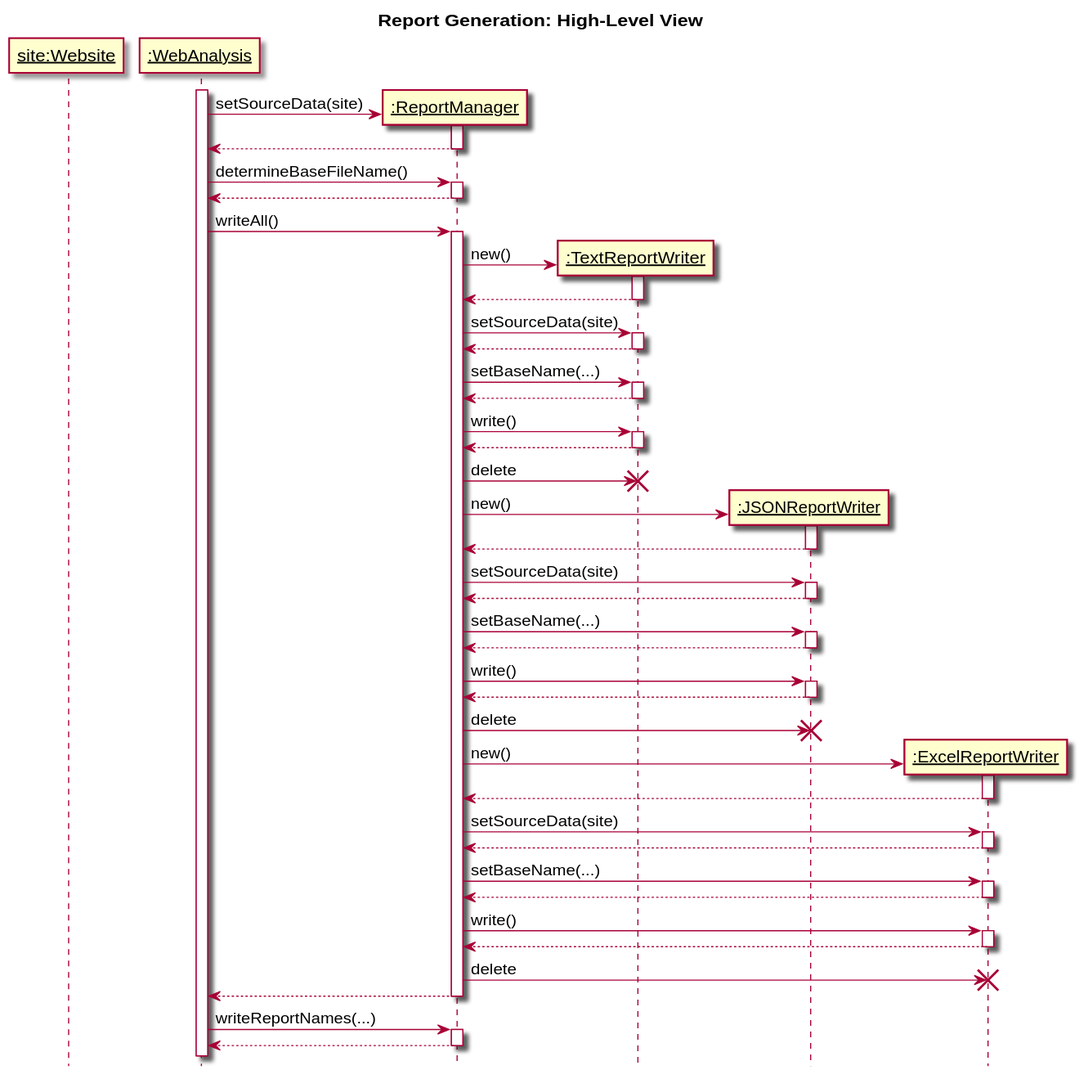
The PlantUML diagram sequence_03.svg in cstkennedy/Phase-3-Brainstorming-Web-Analysis, before a commit.
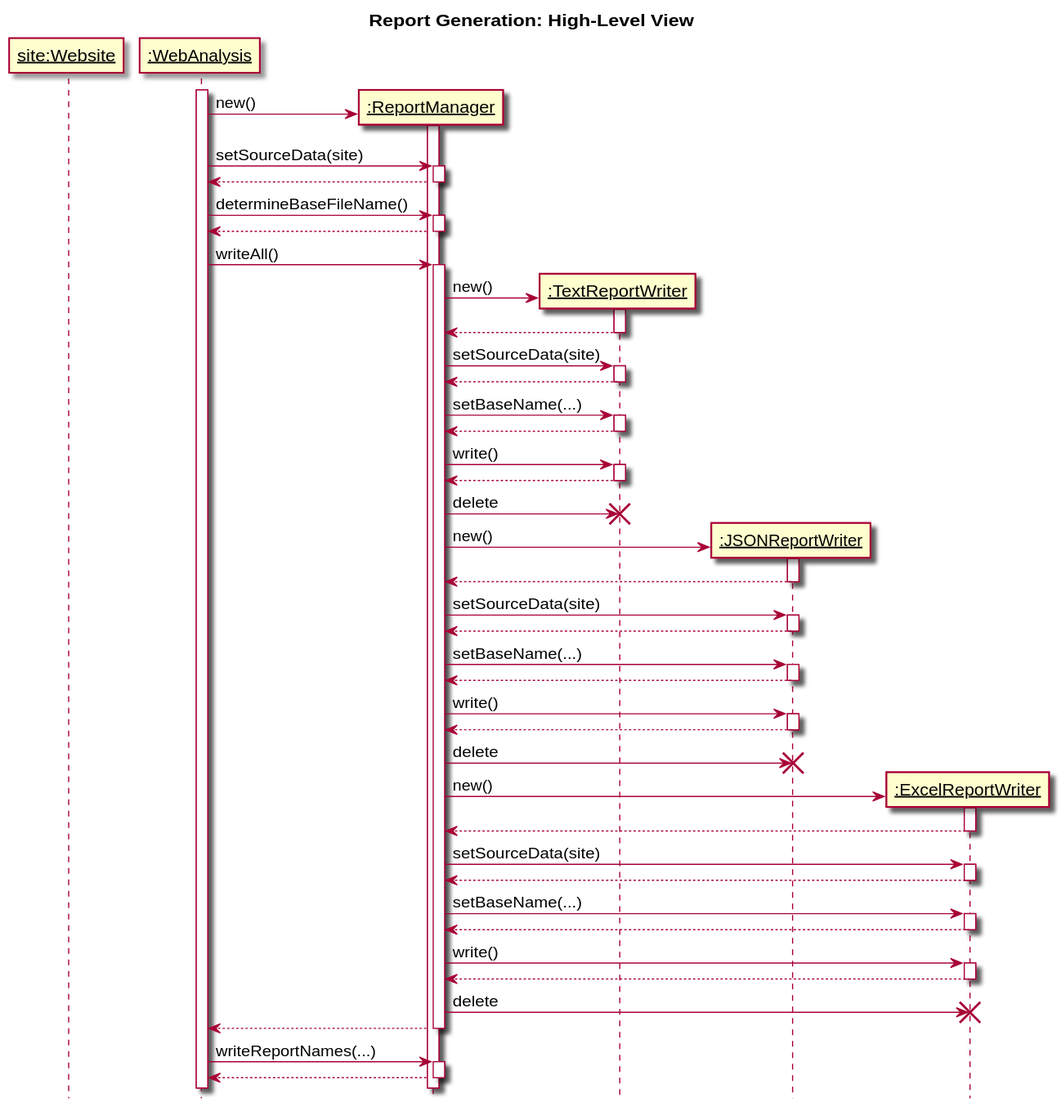
After the change.

Commit message:
Add missing constructor call

What changed in the source:
```diff
@@ -13,6 +13,7 @@
 
 create ":ReportManager" as manager
 
+driver -> manager: new()
 driver -> manager: setSourceData(site)
 return
 
```
